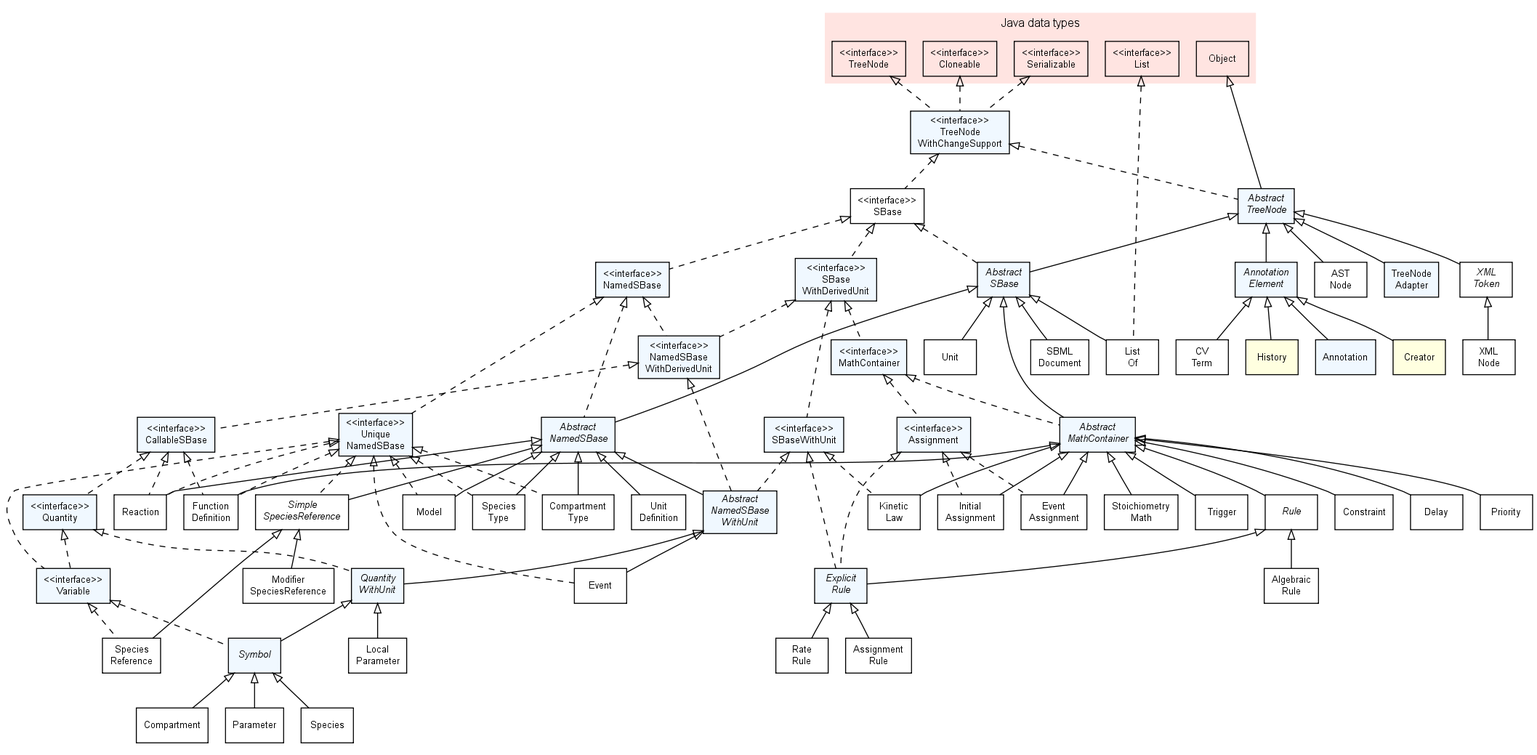
The Graphviz diagram doc/img/FullTypeHierarchy.png in sbmlteam/jsbml, before a commit. Its source is kept beside it as doc/img/FullTypeHierarchy.dot.
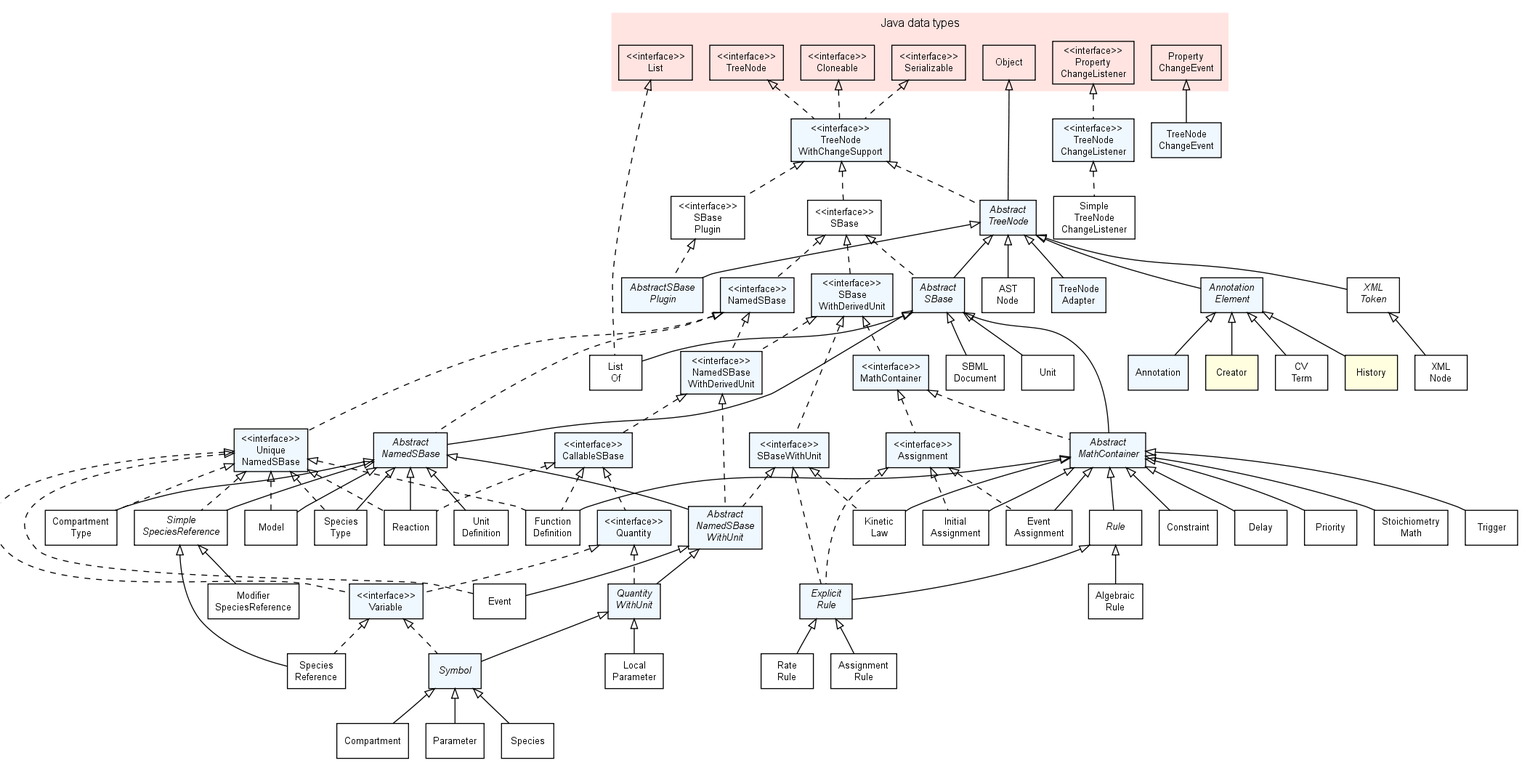
Later version of the same file.

Commit message:
Updated the documentation and the type hierarchy of the core.

Change to the diagram source:
```diff
@@ -38,11 +38,12 @@
 
     Cloneable                              [label="<<interface>>\nCloneable"];
     List                                   [label="<<interface>>\nList"];
+    PropertyChangeListener                 [label="<<interface>>\nProperty\nChangeListener"];
     Serializable                           [label="<<interface>>\nSerializable"];
     TreeNode                               [label="<<interface>>\nTreeNode"];
 
     Object                                 [label="Object"];
-
+    PropertyChangeEvent                    [label="Property\nChangeEvent"];
   }
 
   /*
@@ -58,6 +59,8 @@
   SBaseWithDerivedUnit                     [label="<<interface>>\nSBase\nWithDerivedUnit", style="filled", fillcolor="#F0F8FF"];
   SBaseWithUnit                            [label="<<interface>>\nSBaseWithUnit", style="filled", fillcolor="#F0F8FF"];
   SBase                                    [label="<<interface>>\nSBase"];
+  SBasePlugin                              [label="<<interface>>\nSBase\nPlugin"];
+  TreeNodeChangeListener                   [label="<<interface>>\nTreeNode\nChangeListener", style="filled", fillcolor="#F0F8FF"];
   TreeNodeWithChangeSupport                [label="<<interface>>\nTreeNode\nWithChangeSupport", style="filled", fillcolor="#F0F8FF"];
   UniqueNamedSBase                         [label="<<interface>>\nUnique\nNamedSBase", style="filled", fillcolor="#F0F8FF"];
   Variable                                 [label="<<interface>>\nVariable", style="filled", fillcolor="#F0F8FF"];
@@ -70,6 +73,7 @@
   AbstractNamedSBase                       [label=<<font face="Helvetica-Oblique">Abstract<br/>NamedSBase</font>>, style="filled", fillcolor="#F0F8FF"];
   AbstractNamedSBaseWithUnit               [label=<<font face="Helvetica-Oblique">Abstract<br/>NamedSBase<br/>WithUnit</font>>, style="filled", fillcolor="#F0F8FF"];
   AbstractSBase                            [label=<<font face="Helvetica-Oblique">Abstract<br/>SBase</font>>, style="filled", fillcolor="#F0F8FF"];
+  AbstractSBasePlugin                      [label=<<font face="Helvetica-Oblique">AbstractSBase<br/>Plugin</font>>, style="filled", fillcolor="#F0F8FF"];
   AbstractTreeNode                         [label=<<font face="Helvetica-Oblique">Abstract<br/>TreeNode</font>>, style="filled", fillcolor="#F0F8FF"];
   AnnotationElement                        [label=<<font face="Helvetica-Oblique">Annotation<br/>Element</font>>, style="filled", fillcolor="#F0F8FF"];
   ExplicitRule                             [label=<<font face="Helvetica-Oblique">Explicit<br/>Rule</font>>, style="filled", fillcolor="#F0F8FF"];
@@ -108,11 +112,13 @@
   RateRule                                 [label="Rate\nRule"];
   Reaction                                 [label="Reaction"];
   SBMLDocument                             [label="SBML\nDocument"];
+  SimpleTreeNodeChangeListener             [label="Simple\nTreeNode\nChangeListener", fillcolor="#FFFFE0"];
   Species                                  [label="Species"];
   SpeciesReference                         [label="Species\nReference"];
   SpeciesType                              [label="Species\nType"];
   StoichiometryMath                        [label="Stoichiometry\nMath"];
   TreeNodeAdapter                          [label="TreeNode\nAdapter", style="filled", fillcolor="#F0F8FF"];
+  TreeNodeChangeEvent                      [label="TreeNode\nChangeEvent", style="filled", fillcolor="#F0F8FF"];
   Trigger                                  [label="Trigger"];
   Unit                                     [label="Unit"];
   UnitDefinition                           [label="Unit\nDefinition"];
@@ -122,92 +128,98 @@
    * Inheritance graph *
    *********************/
 
-  AbstractNamedSBase         -> AbstractNamedSBaseWithUnit [dir=back,arrowtail=empty];
-  AbstractNamedSBase         -> CompartmentType            [dir=back,arrowtail=empty];
-  AbstractNamedSBase         -> Model                      [dir=back,arrowtail=empty];
-  AbstractNamedSBase         -> Reaction                   [dir=back,arrowtail=empty];
-  AbstractNamedSBase         -> SimpleSpeciesReference     [dir=back,arrowtail=empty];
-  AbstractNamedSBase         -> SpeciesType                [dir=back,arrowtail=empty];
-  AbstractNamedSBase         -> UnitDefinition             [dir=back,arrowtail=empty];
-  AbstractNamedSBaseWithUnit -> Event                      [dir=back,arrowtail=empty];
-  AbstractNamedSBaseWithUnit -> QuantityWithUnit           [dir=back,arrowtail=empty];
-  AbstractSBase              -> AbstractMathContainer      [dir=back,arrowtail=empty];
-  AbstractSBase              -> AbstractNamedSBase         [dir=back,arrowtail=empty];
-  AbstractMathContainer      -> FunctionDefinition         [dir=back,arrowtail=empty];
-  AbstractMathContainer      -> KineticLaw                 [dir=back,arrowtail=empty];
-  AbstractSBase              -> ListOf                     [dir=back,arrowtail=empty];
-  AbstractSBase              -> SBMLDocument               [dir=back,arrowtail=empty];
-  AbstractSBase              -> Unit                       [dir=back,arrowtail=empty];
-  AbstractMathContainer      -> Constraint                 [dir=back,arrowtail=empty];
-  AbstractMathContainer      -> Delay                      [dir=back,arrowtail=empty];
-  AbstractMathContainer      -> EventAssignment            [dir=back,arrowtail=empty];
-  AbstractMathContainer      -> InitialAssignment          [dir=back,arrowtail=empty];
-  AbstractMathContainer      -> KineticLaw                 [dir=back,arrowtail=empty];
-  AbstractMathContainer      -> Priority                   [dir=back,arrowtail=empty];
-  AbstractMathContainer      -> Rule                       [dir=back,arrowtail=empty];
-  AbstractMathContainer      -> StoichiometryMath          [dir=back,arrowtail=empty];
-  AbstractMathContainer      -> Trigger                    [dir=back,arrowtail=empty];
-  AbstractTreeNode           -> AbstractSBase              [dir=back,arrowtail=empty];
-  AbstractTreeNode           -> AnnotationElement          [dir=back,arrowtail=empty];
-  AbstractTreeNode           -> ASTNode                    [dir=back,arrowtail=empty];
-  AbstractTreeNode           -> TreeNodeAdapter            [dir=back,arrowtail=empty];
-  AbstractTreeNode           -> XMLToken                   [dir=back,arrowtail=empty];
-  AnnotationElement          -> Annotation                 [dir=back,arrowtail=empty];
-  AnnotationElement          -> Creator                    [dir=back,arrowtail=empty];
-  AnnotationElement          -> CVTerm                     [dir=back,arrowtail=empty];
-  AnnotationElement          -> History                    [dir=back,arrowtail=empty];
-  Assignment                 -> EventAssignment            [dir=back,arrowtail=empty,style=dashed];
-  Assignment                 -> ExplicitRule               [dir=back,arrowtail=empty,style=dashed];
-  Assignment                 -> InitialAssignment          [dir=back,arrowtail=empty,style=dashed];
-  CallableSBase              -> Quantity                   [dir=back,arrowtail=empty,style=dashed];
-  CallableSBase              -> FunctionDefinition         [dir=back,arrowtail=empty,style=dashed];
-  CallableSBase              -> Reaction                   [dir=back,arrowtail=empty,style=dashed];
-  Cloneable                  -> TreeNodeWithChangeSupport  [dir=back,arrowtail=empty,style=dashed];
-  ExplicitRule               -> AssignmentRule             [dir=back,arrowtail=empty];
-  ExplicitRule               -> RateRule                   [dir=back,arrowtail=empty];
-  List                       -> ListOf                     [dir=back,arrowtail=empty,style=dashed];
-  MathContainer              -> AbstractMathContainer      [dir=back,arrowtail=empty,style=dashed];
-  MathContainer              -> Assignment                 [dir=back,arrowtail=empty,style=dashed];
-  NamedSBase                 -> AbstractNamedSBase         [dir=back,arrowtail=empty,style=dashed];
-  NamedSBase                 -> NamedSBaseWithDerivedUnit  [dir=back,arrowtail=empty,style=dashed];
-  NamedSBase                 -> UniqueNamedSBase           [dir=back,arrowtail=empty,style=dashed];
-  NamedSBaseWithDerivedUnit  -> AbstractNamedSBaseWithUnit [dir=back,arrowtail=empty,style=dashed];
-  NamedSBaseWithDerivedUnit  -> CallableSBase              [dir=back,arrowtail=empty,style=dashed];
-  Object                     -> AbstractTreeNode           [dir=back,arrowtail=empty];
-  Quantity                   -> QuantityWithUnit           [dir=back,arrowtail=empty,style=dashed];
-  Quantity                   -> Variable                   [dir=back,arrowtail=empty,style=dashed];
-  QuantityWithUnit           -> LocalParameter             [dir=back,arrowtail=empty];
-  QuantityWithUnit           -> Symbol                     [dir=back,arrowtail=empty];
-  Rule                       -> AlgebraicRule              [dir=back,arrowtail=empty];
-  Rule                       -> ExplicitRule               [dir=back,arrowtail=empty];
-  SBase                      -> AbstractSBase              [dir=back,arrowtail=empty,style=dashed];
-  SBase                      -> NamedSBase                 [dir=back,arrowtail=empty,style=dashed];
-  SBase                      -> SBaseWithDerivedUnit       [dir=back,arrowtail=empty,style=dashed];
-  SBaseWithDerivedUnit       -> MathContainer              [dir=back,arrowtail=empty,style=dashed];
-  SBaseWithDerivedUnit       -> NamedSBaseWithDerivedUnit  [dir=back,arrowtail=empty,style=dashed];
-  SBaseWithDerivedUnit       -> SBaseWithUnit              [dir=back,arrowtail=empty,style=dashed];
-  SBaseWithUnit              -> AbstractNamedSBaseWithUnit [dir=back,arrowtail=empty,style=dashed];
-  SBaseWithUnit              -> ExplicitRule               [dir=back,arrowtail=empty,style=dashed];
-  SBaseWithUnit              -> KineticLaw                 [dir=back,arrowtail=empty,style=dashed];
-  SimpleSpeciesReference     -> ModifierSpeciesReference   [dir=back,arrowtail=empty];
-  SimpleSpeciesReference     -> SpeciesReference           [dir=back,arrowtail=empty];
-  Serializable               -> TreeNodeWithChangeSupport  [dir=back,arrowtail=empty,style=dashed];
-  Symbol                     -> Compartment                [dir=back,arrowtail=empty];
-  Symbol                     -> Parameter                  [dir=back,arrowtail=empty];
-  Symbol                     -> Species                    [dir=back,arrowtail=empty];
-  TreeNode                   -> TreeNodeWithChangeSupport  [dir=back,arrowtail=empty,style=dashed];
-  TreeNodeWithChangeSupport  -> AbstractTreeNode           [dir=back,arrowtail=empty,style=dashed];
-  TreeNodeWithChangeSupport  -> SBase                      [dir=back,arrowtail=empty,style=dashed];
-  UniqueNamedSBase           -> CompartmentType            [dir=back,arrowtail=empty,style=dashed];
-  UniqueNamedSBase           -> Event                      [dir=back,arrowtail=empty,style=dashed];
-  UniqueNamedSBase           -> FunctionDefinition         [dir=back,arrowtail=empty,style=dashed];
-  UniqueNamedSBase           -> Model                      [dir=back,arrowtail=empty,style=dashed];
-  UniqueNamedSBase           -> Reaction                   [dir=back,arrowtail=empty,style=dashed];
-  UniqueNamedSBase           -> SimpleSpeciesReference     [dir=back,arrowtail=empty,style=dashed];
-  UniqueNamedSBase           -> SpeciesType                [dir=back,arrowtail=empty,style=dashed];
-  UniqueNamedSBase           -> Variable                   [dir=back,arrowtail=empty,style=dashed];
-  Variable                   -> SpeciesReference           [dir=back,arrowtail=empty,style=dashed];
-  Variable                   -> Symbol                     [dir=back,arrowtail=empty,style=dashed];
-  XMLToken                   -> XMLNode                    [dir=back,arrowtail=empty];
+  AbstractNamedSBase         -> AbstractNamedSBaseWithUnit   [dir=back,arrowtail=empty];
+  AbstractNamedSBase         -> CompartmentType              [dir=back,arrowtail=empty];
+  AbstractNamedSBase         -> Model                        [dir=back,arrowtail=empty];
+  AbstractNamedSBase         -> Reaction                     [dir=back,arrowtail=empty];
+  AbstractNamedSBase         -> SimpleSpeciesReference       [dir=back,arrowtail=empty];
+  AbstractNamedSBase         -> SpeciesType                  [dir=back,arrowtail=empty];
+  AbstractNamedSBase         -> UnitDefinition               [dir=back,arrowtail=empty];
+  AbstractNamedSBaseWithUnit -> Event                        [dir=back,arrowtail=empty];
+  AbstractNamedSBaseWithUnit -> QuantityWithUnit             [dir=back,arrowtail=empty];
+  AbstractSBase              -> AbstractMathContainer        [dir=back,arrowtail=empty];
+  AbstractSBase              -> AbstractNamedSBase           [dir=back,arrowtail=empty];
+  AbstractMathContainer      -> FunctionDefinition           [dir=back,arrowtail=empty];
+  AbstractMathContainer      -> KineticLaw                   [dir=back,arrowtail=empty];
+  AbstractSBase              -> ListOf                       [dir=back,arrowtail=empty];
+  AbstractSBase              -> SBMLDocument                 [dir=back,arrowtail=empty];
+  AbstractSBase              -> Unit                         [dir=back,arrowtail=empty];
+  AbstractMathContainer      -> Constraint                   [dir=back,arrowtail=empty];
+  AbstractMathContainer      -> Delay                        [dir=back,arrowtail=empty];
+  AbstractMathContainer      -> EventAssignment              [dir=back,arrowtail=empty];
+  AbstractMathContainer      -> InitialAssignment            [dir=back,arrowtail=empty];
+  AbstractMathContainer      -> KineticLaw                   [dir=back,arrowtail=empty];
+  AbstractMathContainer      -> Priority                     [dir=back,arrowtail=empty];
+  AbstractMathContainer      -> Rule                         [dir=back,arrowtail=empty];
+  AbstractMathContainer      -> StoichiometryMath            [dir=back,arrowtail=empty];
+  AbstractMathContainer      -> Trigger                      [dir=back,arrowtail=empty];
+  AbstractTreeNode           -> AbstractSBase                [dir=back,arrowtail=empty];
+  AbstractTreeNode           -> AbstractSBasePlugin          [dir=back,arrowtail=empty];
+  AbstractTreeNode           -> AnnotationElement            [dir=back,arrowtail=empty];
+  AbstractTreeNode           -> ASTNode                      [dir=back,arrowtail=empty];
+  AbstractTreeNode           -> TreeNodeAdapter              [dir=back,arrowtail=empty];
+  AbstractTreeNode           -> XMLToken                     [dir=back,arrowtail=empty];
+  AnnotationElement          -> Annotation                   [dir=back,arrowtail=empty];
+  AnnotationElement          -> Creator                      [dir=back,arrowtail=empty];
+  AnnotationElement          -> CVTerm                       [dir=back,arrowtail=empty];
+  AnnotationElement          -> History                      [dir=back,arrowtail=empty];
+  Assignment                 -> EventAssignment              [dir=back,arrowtail=empty,style=dashed];
+  Assignment                 -> ExplicitRule                 [dir=back,arrowtail=empty,style=dashed];
+  Assignment                 -> InitialAssignment            [dir=back,arrowtail=empty,style=dashed];
+  CallableSBase              -> Quantity                     [dir=back,arrowtail=empty,style=dashed];
+  CallableSBase              -> FunctionDefinition           [dir=back,arrowtail=empty,style=dashed];
+  CallableSBase              -> Reaction                     [dir=back,arrowtail=empty,style=dashed];
+  Cloneable                  -> TreeNodeWithChangeSupport    [dir=back,arrowtail=empty,style=dashed];
+  ExplicitRule               -> AssignmentRule               [dir=back,arrowtail=empty];
+  ExplicitRule               -> RateRule                     [dir=back,arrowtail=empty];
+  List                       -> ListOf                       [dir=back,arrowtail=empty,style=dashed];
+  MathContainer              -> AbstractMathContainer        [dir=back,arrowtail=empty,style=dashed];
+  MathContainer              -> Assignment                   [dir=back,arrowtail=empty,style=dashed];
+  NamedSBase                 -> AbstractNamedSBase           [dir=back,arrowtail=empty,style=dashed];
+  NamedSBase                 -> NamedSBaseWithDerivedUnit    [dir=back,arrowtail=empty,style=dashed];
+  NamedSBase                 -> UniqueNamedSBase             [dir=back,arrowtail=empty,style=dashed];
+  NamedSBaseWithDerivedUnit  -> AbstractNamedSBaseWithUnit   [dir=back,arrowtail=empty,style=dashed];
+  NamedSBaseWithDerivedUnit  -> CallableSBase                [dir=back,arrowtail=empty,style=dashed];
+  Object                     -> AbstractTreeNode             [dir=back,arrowtail=empty];
+  PropertyChangeEvent        -> TreeNodeChangeEvent          [dir=back,arrowtail=empty];
+  PropertyChangeListener     -> TreeNodeChangeListener       [dir=back,arrowtail=empty,style=dashed];
+  Quantity                   -> QuantityWithUnit             [dir=back,arrowtail=empty,style=dashed];
+  Quantity                   -> Variable                     [dir=back,arrowtail=empty,style=dashed];
+  QuantityWithUnit           -> LocalParameter               [dir=back,arrowtail=empty];
+  QuantityWithUnit           -> Symbol                       [dir=back,arrowtail=empty];
+  Rule                       -> AlgebraicRule                [dir=back,arrowtail=empty];
+  Rule                       -> ExplicitRule                 [dir=back,arrowtail=empty];
+  SBase                      -> AbstractSBase                [dir=back,arrowtail=empty,style=dashed];
+  SBase                      -> NamedSBase                   [dir=back,arrowtail=empty,style=dashed];
+  SBase                      -> SBaseWithDerivedUnit         [dir=back,arrowtail=empty,style=dashed];
+  SBasePlugin                -> AbstractSBasePlugin          [dir=back,arrowtail=empty,style=dashed];
+  SBaseWithDerivedUnit       -> MathContainer                [dir=back,arrowtail=empty,style=dashed];
+  SBaseWithDerivedUnit       -> NamedSBaseWithDerivedUnit    [dir=back,arrowtail=empty,style=dashed];
+  SBaseWithDerivedUnit       -> SBaseWithUnit                [dir=back,arrowtail=empty,style=dashed];
+  SBaseWithUnit              -> AbstractNamedSBaseWithUnit   [dir=back,arrowtail=empty,style=dashed];
+  SBaseWithUnit              -> ExplicitRule                 [dir=back,arrowtail=empty,style=dashed];
+  SBaseWithUnit              -> KineticLaw                   [dir=back,arrowtail=empty,style=dashed];
+  SimpleSpeciesReference     -> ModifierSpeciesReference     [dir=back,arrowtail=empty];
+  SimpleSpeciesReference     -> SpeciesReference             [dir=back,arrowtail=empty];
+  Serializable               -> TreeNodeWithChangeSupport    [dir=back,arrowtail=empty,style=dashed];
+  Symbol                     -> Compartment                  [dir=back,arrowtail=empty];
+  Symbol                     -> Parameter                    [dir=back,arrowtail=empty];
+  Symbol                     -> Species                      [dir=back,arrowtail=empty];
+  TreeNode                   -> TreeNodeWithChangeSupport    [dir=back,arrowtail=empty,style=dashed];
+  TreeNodeChangeListener     -> SimpleTreeNodeChangeListener [dir=back,arrowtail=empty,style=dashed];
+  TreeNodeWithChangeSupport  -> AbstractTreeNode             [dir=back,arrowtail=empty,style=dashed];
+  TreeNodeWithChangeSupport  -> SBase                        [dir=back,arrowtail=empty,style=dashed];
+  TreeNodeWithChangeSupport  -> SBasePlugin                  [dir=back,arrowtail=empty,style=dashed];
+  UniqueNamedSBase           -> CompartmentType              [dir=back,arrowtail=empty,style=dashed];
+  UniqueNamedSBase           -> Event                        [dir=back,arrowtail=empty,style=dashed];
+  UniqueNamedSBase           -> FunctionDefinition           [dir=back,arrowtail=empty,style=dashed];
+  UniqueNamedSBase           -> Model                        [dir=back,arrowtail=empty,style=dashed];
+  UniqueNamedSBase           -> Reaction                     [dir=back,arrowtail=empty,style=dashed];
+  UniqueNamedSBase           -> SimpleSpeciesReference       [dir=back,arrowtail=empty,style=dashed];
+  UniqueNamedSBase           -> SpeciesType                  [dir=back,arrowtail=empty,style=dashed];
+  UniqueNamedSBase           -> Variable                     [dir=back,arrowtail=empty,style=dashed];
+  Variable                   -> SpeciesReference             [dir=back,arrowtail=empty,style=dashed];
+  Variable                   -> Symbol                       [dir=back,arrowtail=empty,style=dashed];
+  XMLToken                   -> XMLNode                      [dir=back,arrowtail=empty];
 
 }
```
